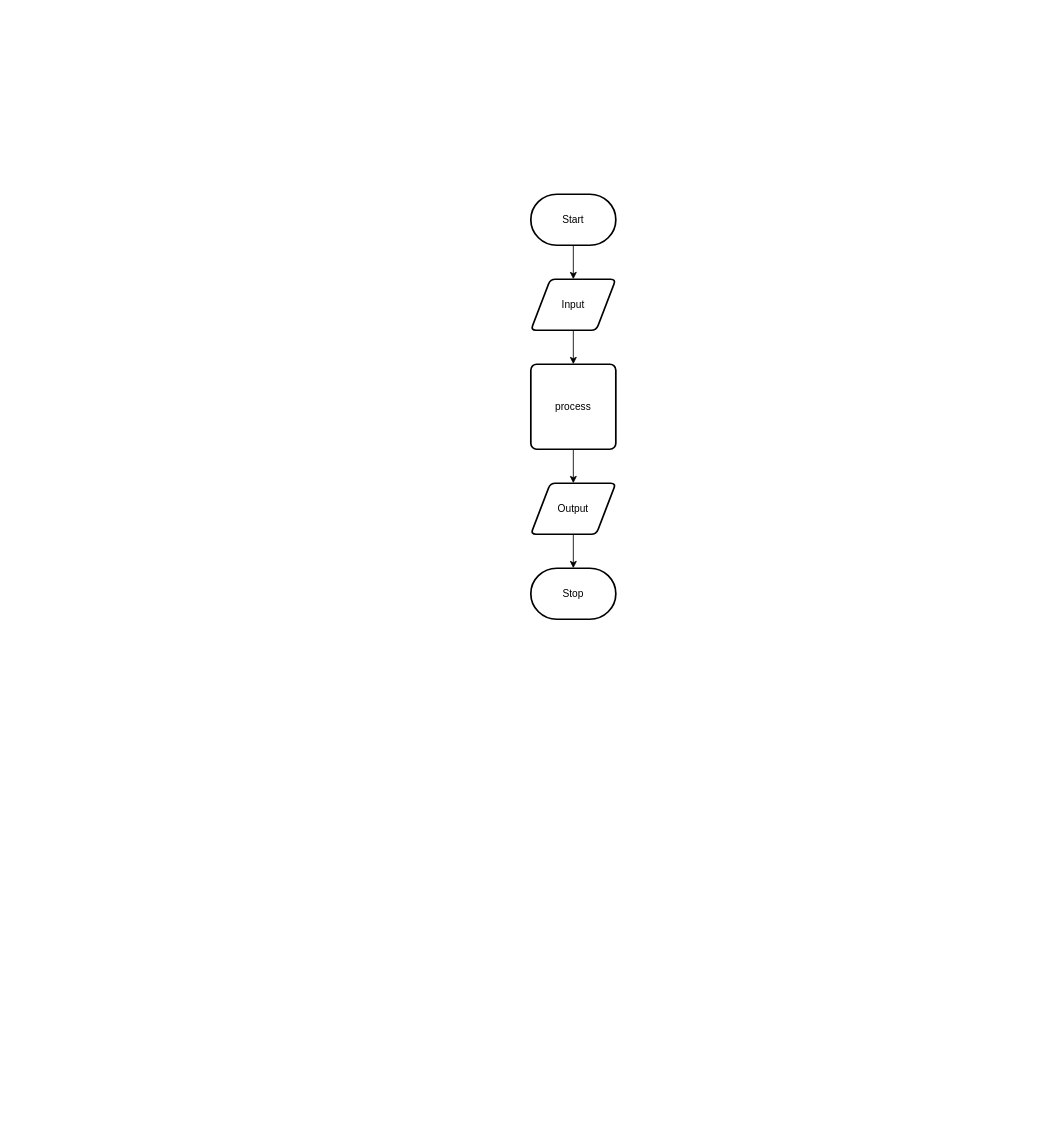
The draw.io diagram design/flow-chart.drawio in ashley-monaghan/ICS2OR-Assignment-4, before the edit. Source tidied: cells renumbered, new cells numbered last; positions are measured from the earlier drawing's top-left corner, leaving out a move shared by most shapes. Both pictures are drawn from the tidied source at 85%, with x=0, y=0 at pixel (530, 194).
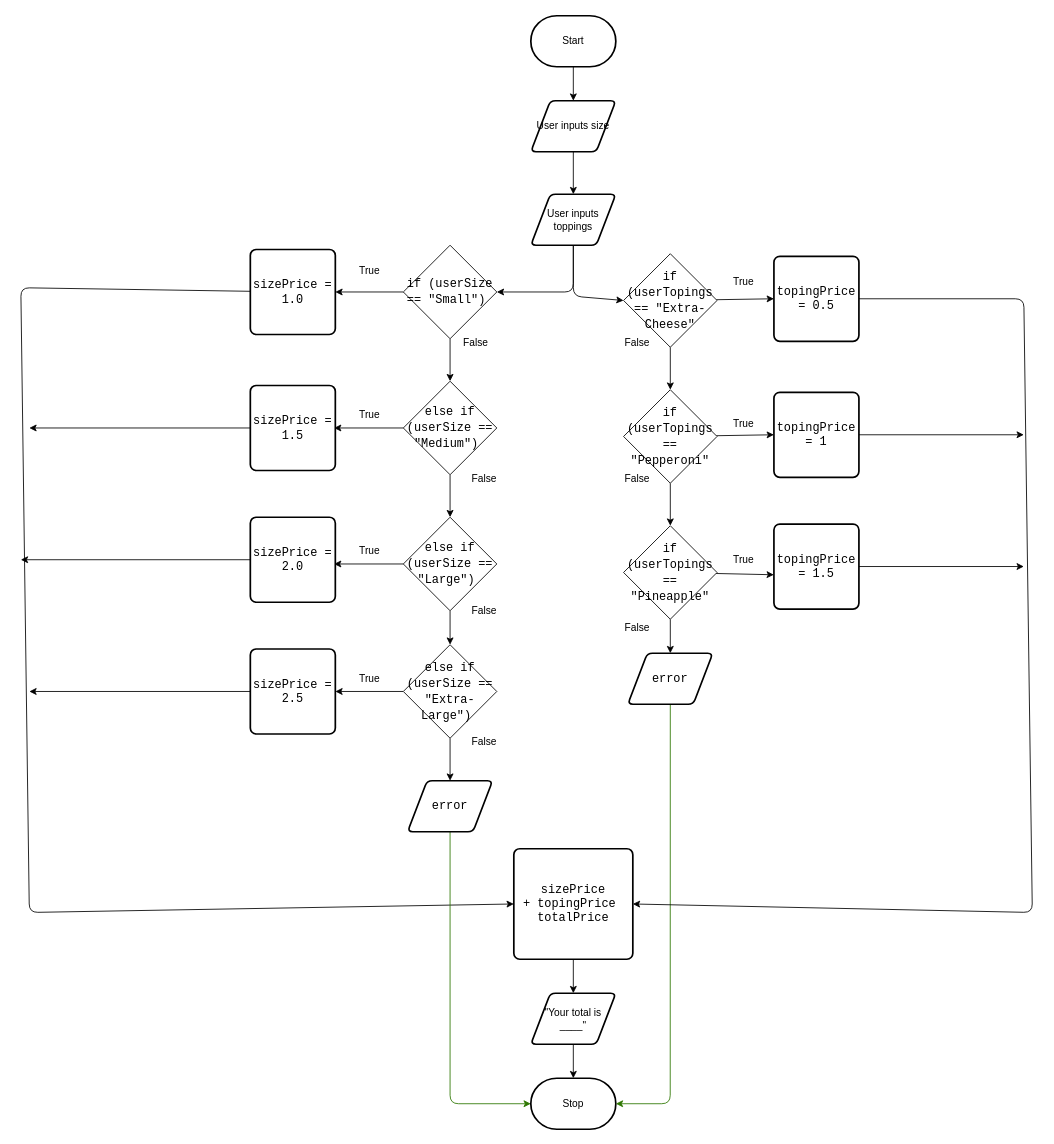
Above is the later version.

What changed in the source:
```diff
@@
-    <mxCell id="3" value="Start" style="strokeWidth=2;html=1;shape=mxgraph.flowchart.terminator;whiteSpace=wrap;" parent="1" vertex="1">
-      <mxGeometry width="100" height="60" as="geometry" />
+    <mxCell id="3" value="&lt;font color=&quot;#000000&quot;&gt;Start&lt;/font&gt;" style="strokeWidth=2;html=1;shape=mxgraph.flowchart.terminator;whiteSpace=wrap;" parent="1" vertex="1">
+      <mxGeometry y="-210" width="100" height="60" as="geometry" />
     </mxCell>
-    <mxCell id="4" style="edgeStyle=none;html=1;" parent="1" edge="1" source="5" target="7">
-      <mxGeometry relative="1" as="geometry" />
-    </mxCell>
+    <mxCell id="11" style="edgeStyle=none;html=1;entryX=0.5;entryY=0;entryDx=0;entryDy=0;" parent="1" edge="1" source="5" target="15">
+      <mxGeometry relative="1" as="geometry" />
+    </mxCell>
-    <mxCell id="5" value="Input" style="shape=parallelogram;html=1;strokeWidth=2;perimeter=parallelogramPerimeter;whiteSpace=wrap;rounded=1;arcSize=12;size=0.23;" parent="1" vertex="1">
-      <mxGeometry y="100" width="100" height="60" as="geometry" />
+    <mxCell id="5" value="&lt;font color=&quot;#000000&quot;&gt;User inputs size&lt;/font&gt;" style="shape=parallelogram;html=1;strokeWidth=2;perimeter=parallelogramPerimeter;whiteSpace=wrap;rounded=1;arcSize=12;size=0.23;" parent="1" vertex="1">
+      <mxGeometry y="-110" width="100" height="60" as="geometry" />
     </mxCell>
-    <mxCell id="6" style="edgeStyle=none;html=1;" parent="1" edge="1" source="7" target="9">
-      <mxGeometry relative="1" as="geometry" />
+    <mxCell id="6" style="edgeStyle=none;html=1;" parent="1" edge="1" target="9">
+      <mxGeometry relative="1" as="geometry">
+        <mxPoint x="50" y="900" as="sourcePoint" />
+      </mxGeometry>
     </mxCell>
+    <mxCell id="12" style="edgeStyle=none;html=1;entryX=0;entryY=0.5;entryDx=0;entryDy=0;" parent="1" edge="1" source="7" target="53">
+      <mxGeometry relative="1" as="geometry">
+        <Array as="points">
+          <mxPoint x="-600" y="110" />
+          <mxPoint x="-590" y="845" />
+        </Array>
+      </mxGeometry>
+    </mxCell>
-    <mxCell id="7" value="process" style="rounded=1;whiteSpace=wrap;html=1;absoluteArcSize=1;arcSize=14;strokeWidth=2;" parent="1" vertex="1">
-      <mxGeometry y="200" width="100" height="100" as="geometry" />
+    <mxCell id="7" value="&lt;span style=&quot;font-family: &amp;#34;consolas&amp;#34; , &amp;#34;courier new&amp;#34; , monospace ; font-size: 14px&quot;&gt;&lt;font color=&quot;#000000&quot;&gt;sizePrice = 1.0&lt;/font&gt;&lt;/span&gt;" style="rounded=1;whiteSpace=wrap;html=1;absoluteArcSize=1;arcSize=14;strokeWidth=2;" parent="1" vertex="1">
+      <mxGeometry x="-330" y="65" width="100" height="100" as="geometry" />
     </mxCell>
-    <mxCell id="8" style="edgeStyle=none;html=1;" parent="1" edge="1" source="9" target="10">
-      <mxGeometry relative="1" as="geometry" />
+    <mxCell id="8" style="edgeStyle=none;html=1;" parent="1" edge="1" source="9">
+      <mxGeometry relative="1" as="geometry">
+        <mxPoint x="50" y="1040" as="targetPoint" />
+      </mxGeometry>
     </mxCell>
-    <mxCell id="9" value="Output" style="shape=parallelogram;html=1;strokeWidth=2;perimeter=parallelogramPerimeter;whiteSpace=wrap;rounded=1;arcSize=12;size=0.23;" parent="1" vertex="1">
-      <mxGeometry y="340" width="100" height="60" as="geometry" />
+    <mxCell id="9" value="&lt;font color=&quot;#000000&quot;&gt;&quot;Your total is ____&quot;&lt;/font&gt;" style="shape=parallelogram;html=1;strokeWidth=2;perimeter=parallelogramPerimeter;whiteSpace=wrap;rounded=1;arcSize=12;size=0.23;" parent="1" vertex="1">
+      <mxGeometry y="940" width="100" height="60" as="geometry" />
     </mxCell>
-    <mxCell id="10" value="Stop" style="strokeWidth=2;html=1;shape=mxgraph.flowchart.terminator;whiteSpace=wrap;" parent="1" vertex="1">
-      <mxGeometry y="440" width="100" height="60" as="geometry" />
+    <mxCell id="10" value="&lt;font color=&quot;#000000&quot;&gt;Stop&lt;/font&gt;" style="strokeWidth=2;html=1;shape=mxgraph.flowchart.terminator;whiteSpace=wrap;" parent="1" vertex="1">
+      <mxGeometry y="1040" width="100" height="60" as="geometry" />
     </mxCell>
+    <mxCell id="13" style="edgeStyle=none;html=1;entryX=1;entryY=0.5;entryDx=0;entryDy=0;fontColor=#FFFFFF;" parent="1" edge="1" source="15" target="18">
+      <mxGeometry relative="1" as="geometry">
+        <Array as="points">
+          <mxPoint x="50" y="115" />
+        </Array>
+      </mxGeometry>
+    </mxCell>
+    <mxCell id="14" style="edgeStyle=none;html=1;entryX=0;entryY=0.5;entryDx=0;entryDy=0;fontColor=#FFFFFF;" parent="1" edge="1" source="15" target="38">
+      <mxGeometry relative="1" as="geometry">
+        <Array as="points">
+          <mxPoint x="50" y="120" />
+        </Array>
+      </mxGeometry>
+    </mxCell>
+    <mxCell id="15" value="&lt;font color=&quot;#000000&quot;&gt;User inputs toppings&lt;/font&gt;" style="shape=parallelogram;html=1;strokeWidth=2;perimeter=parallelogramPerimeter;whiteSpace=wrap;rounded=1;arcSize=12;size=0.23;" parent="1" vertex="1">
+      <mxGeometry width="100" height="60" as="geometry" />
+    </mxCell>
+    <mxCell id="16" style="edgeStyle=none;html=1;entryX=0.5;entryY=0;entryDx=0;entryDy=0;fontColor=#FFFFFF;" parent="1" edge="1" source="18" target="21">
+      <mxGeometry relative="1" as="geometry" />
+    </mxCell>
+    <mxCell id="17" style="edgeStyle=none;html=1;fontColor=#FFFFFF;" parent="1" edge="1" source="18" target="7">
+      <mxGeometry relative="1" as="geometry" />
+    </mxCell>
+    <mxCell id="18" value="&lt;div style=&quot;font-family: &amp;#34;consolas&amp;#34; , &amp;#34;courier new&amp;#34; , monospace ; font-size: 14px ; line-height: 19px&quot;&gt;&lt;font color=&quot;#000000&quot;&gt;if (userSize == &quot;Small&quot;)&amp;nbsp;&lt;/font&gt;&lt;/div&gt;" style="rhombus;whiteSpace=wrap;html=1;" parent="1" vertex="1">
+      <mxGeometry x="-150" y="60" width="110" height="110" as="geometry" />
+    </mxCell>
+    <mxCell id="19" style="edgeStyle=none;html=1;entryX=1;entryY=0.5;entryDx=0;entryDy=0;fontColor=#FFFFFF;" parent="1" edge="1" source="21">
+      <mxGeometry relative="1" as="geometry">
+        <mxPoint x="-231.5" y="275" as="targetPoint" />
+      </mxGeometry>
+    </mxCell>
+    <mxCell id="20" style="edgeStyle=none;html=1;entryX=0.5;entryY=0;entryDx=0;entryDy=0;fontColor=#FFFFFF;" parent="1" edge="1" source="21" target="24">
+      <mxGeometry relative="1" as="geometry" />
+    </mxCell>
+    <mxCell id="21" value="&lt;div style=&quot;font-family: &amp;#34;consolas&amp;#34; , &amp;#34;courier new&amp;#34; , monospace ; font-size: 14px ; line-height: 19px&quot;&gt;&lt;font color=&quot;#000000&quot;&gt;else if (userSize == &quot;Medium&quot;)&amp;nbsp;&lt;/font&gt;&lt;/div&gt;" style="rhombus;whiteSpace=wrap;html=1;" parent="1" vertex="1">
+      <mxGeometry x="-150" y="220" width="110" height="110" as="geometry" />
+    </mxCell>
+    <mxCell id="22" style="edgeStyle=none;html=1;fontColor=#FFFFFF;" parent="1" edge="1" source="24">
+      <mxGeometry relative="1" as="geometry">
+        <mxPoint x="-231.5" y="435" as="targetPoint" />
+      </mxGeometry>
+    </mxCell>
+    <mxCell id="23" style="edgeStyle=none;html=1;entryX=0.5;entryY=0;entryDx=0;entryDy=0;fontColor=#FFFFFF;" parent="1" edge="1" source="24" target="27">
+      <mxGeometry relative="1" as="geometry" />
+    </mxCell>
+    <mxCell id="24" value="&lt;div style=&quot;font-family: &amp;#34;consolas&amp;#34; , &amp;#34;courier new&amp;#34; , monospace ; font-size: 14px ; line-height: 19px&quot;&gt;&lt;font color=&quot;#000000&quot;&gt;else if (userSize == &quot;Large&quot;)&amp;nbsp;&lt;/font&gt;&lt;/div&gt;" style="rhombus;whiteSpace=wrap;html=1;" parent="1" vertex="1">
+      <mxGeometry x="-150" y="380" width="110" height="110" as="geometry" />
+    </mxCell>
+    <mxCell id="25" style="edgeStyle=none;html=1;entryX=0.5;entryY=0;entryDx=0;entryDy=0;fontColor=#FFFFFF;" parent="1" edge="1" source="27" target="29">
+      <mxGeometry relative="1" as="geometry" />
+    </mxCell>
+    <mxCell id="26" style="edgeStyle=none;html=1;entryX=1;entryY=0.5;entryDx=0;entryDy=0;fontColor=#FFFFFF;" parent="1" edge="1" source="27" target="31">
+      <mxGeometry relative="1" as="geometry" />
+    </mxCell>
+    <mxCell id="27" value="&lt;div style=&quot;font-family: &amp;#34;consolas&amp;#34; , &amp;#34;courier new&amp;#34; , monospace ; font-size: 14px ; line-height: 19px&quot;&gt;&lt;font color=&quot;#000000&quot;&gt;else if (userSize == &quot;Extra-Large&quot;)&amp;nbsp;&lt;/font&gt;&lt;/div&gt;" style="rhombus;whiteSpace=wrap;html=1;" parent="1" vertex="1">
+      <mxGeometry x="-150" y="530" width="110" height="110" as="geometry" />
+    </mxCell>
+    <mxCell id="28" style="edgeStyle=none;html=1;entryX=0;entryY=0.5;entryDx=0;entryDy=0;fillColor=#60a917;strokeColor=#2D7600;entryPerimeter=0;" parent="1" edge="1" source="29" target="10">
+      <mxGeometry relative="1" as="geometry">
+        <Array as="points">
+          <mxPoint x="-95" y="1070" />
+        </Array>
+      </mxGeometry>
+    </mxCell>
+    <mxCell id="29" value="&lt;div style=&quot;font-family: &amp;#34;consolas&amp;#34; , &amp;#34;courier new&amp;#34; , monospace ; font-size: 14px ; line-height: 19px&quot;&gt;&lt;font color=&quot;#000000&quot;&gt;error&lt;/font&gt;&lt;/div&gt;" style="shape=parallelogram;html=1;strokeWidth=2;perimeter=parallelogramPerimeter;whiteSpace=wrap;rounded=1;arcSize=12;size=0.23;" parent="1" vertex="1">
+      <mxGeometry x="-145" y="690" width="100" height="60" as="geometry" />
+    </mxCell>
+    <mxCell id="30" style="edgeStyle=none;html=1;" parent="1" edge="1" source="31">
+      <mxGeometry relative="1" as="geometry">
+        <mxPoint x="-590" y="585" as="targetPoint" />
+      </mxGeometry>
+    </mxCell>
+    <mxCell id="31" value="&lt;span style=&quot;font-family: &amp;#34;consolas&amp;#34; , &amp;#34;courier new&amp;#34; , monospace ; font-size: 14px&quot;&gt;&lt;font color=&quot;#000000&quot;&gt;sizePrice = 2.5&lt;/font&gt;&lt;/span&gt;" style="rounded=1;whiteSpace=wrap;html=1;absoluteArcSize=1;arcSize=14;strokeWidth=2;" parent="1" vertex="1">
+      <mxGeometry x="-330" y="535" width="100" height="100" as="geometry" />
+    </mxCell>
+    <mxCell id="32" style="edgeStyle=none;html=1;" parent="1" edge="1" source="33">
+      <mxGeometry relative="1" as="geometry">
+        <mxPoint x="-600" y="430" as="targetPoint" />
+      </mxGeometry>
+    </mxCell>
+    <mxCell id="33" value="&lt;span style=&quot;font-family: &amp;#34;consolas&amp;#34; , &amp;#34;courier new&amp;#34; , monospace ; font-size: 14px&quot;&gt;&lt;font color=&quot;#000000&quot;&gt;sizePrice = 2.0&lt;/font&gt;&lt;/span&gt;" style="rounded=1;whiteSpace=wrap;html=1;absoluteArcSize=1;arcSize=14;strokeWidth=2;" parent="1" vertex="1">
+      <mxGeometry x="-330" y="380" width="100" height="100" as="geometry" />
+    </mxCell>
+    <mxCell id="34" style="edgeStyle=none;html=1;" parent="1" edge="1" source="35">
+      <mxGeometry relative="1" as="geometry">
+        <mxPoint x="-590" y="275" as="targetPoint" />
+      </mxGeometry>
+    </mxCell>
+    <mxCell id="35" value="&lt;span style=&quot;font-family: &amp;#34;consolas&amp;#34; , &amp;#34;courier new&amp;#34; , monospace ; font-size: 14px&quot;&gt;&lt;font color=&quot;#000000&quot;&gt;sizePrice = 1.5&lt;/font&gt;&lt;/span&gt;" style="rounded=1;whiteSpace=wrap;html=1;absoluteArcSize=1;arcSize=14;strokeWidth=2;" parent="1" vertex="1">
+      <mxGeometry x="-330" y="225" width="100" height="100" as="geometry" />
+    </mxCell>
+    <mxCell id="36" style="edgeStyle=none;html=1;entryX=0.5;entryY=0;entryDx=0;entryDy=0;fontColor=#FFFFFF;" parent="1" edge="1" source="38" target="41">
+      <mxGeometry relative="1" as="geometry" />
+    </mxCell>
+    <mxCell id="37" style="edgeStyle=none;html=1;entryX=0;entryY=0.5;entryDx=0;entryDy=0;fontColor=#FFFFFF;" parent="1" edge="1" source="38" target="48">
+      <mxGeometry relative="1" as="geometry" />
+    </mxCell>
+    <mxCell id="38" value="&lt;div style=&quot;font-family: &amp;#34;consolas&amp;#34; , &amp;#34;courier new&amp;#34; , monospace ; font-size: 14px ; line-height: 19px&quot;&gt;&lt;div style=&quot;font-family: &amp;#34;consolas&amp;#34; , &amp;#34;courier new&amp;#34; , monospace ; line-height: 19px&quot;&gt;&lt;font color=&quot;#000000&quot;&gt;if (userTopings == &quot;Extra-Cheese&quot;&lt;/font&gt;&lt;/div&gt;&lt;/div&gt;" style="rhombus;whiteSpace=wrap;html=1;" parent="1" vertex="1">
+      <mxGeometry x="109.1" y="70" width="110" height="110" as="geometry" />
+    </mxCell>
+    <mxCell id="39" style="edgeStyle=none;html=1;entryX=0.5;entryY=0;entryDx=0;entryDy=0;fontColor=#FFFFFF;" parent="1" edge="1" source="41" target="44">
+      <mxGeometry relative="1" as="geometry" />
+    </mxCell>
+    <mxCell id="40" style="edgeStyle=none;html=1;entryX=0;entryY=0.5;entryDx=0;entryDy=0;fontColor=#FFFFFF;" parent="1" edge="1" source="41" target="52">
+      <mxGeometry relative="1" as="geometry" />
+    </mxCell>
+    <mxCell id="41" value="&lt;div style=&quot;font-family: &amp;#34;consolas&amp;#34; , &amp;#34;courier new&amp;#34; , monospace ; font-size: 14px ; line-height: 19px&quot;&gt;&lt;font color=&quot;#000000&quot;&gt;if (userTopings == &quot;Pepperoni&quot;&lt;/font&gt;&lt;br&gt;&lt;/div&gt;" style="rhombus;whiteSpace=wrap;html=1;" parent="1" vertex="1">
+      <mxGeometry x="109.1" y="230" width="110" height="110" as="geometry" />
+    </mxCell>
+    <mxCell id="42" style="edgeStyle=none;html=1;entryX=0.5;entryY=0;entryDx=0;entryDy=0;fontColor=#FFFFFF;" parent="1" edge="1" source="44">
+      <mxGeometry relative="1" as="geometry">
+        <mxPoint x="164.1" y="540" as="targetPoint" />
+      </mxGeometry>
+    </mxCell>
+    <mxCell id="43" style="edgeStyle=none;html=1;entryX=-0.001;entryY=0.597;entryDx=0;entryDy=0;entryPerimeter=0;fontColor=#FFFFFF;" parent="1" edge="1" source="44" target="50">
+      <mxGeometry relative="1" as="geometry" />
+    </mxCell>
+    <mxCell id="44" value="&lt;div style=&quot;font-family: &amp;#34;consolas&amp;#34; , &amp;#34;courier new&amp;#34; , monospace ; font-size: 14px ; line-height: 19px&quot;&gt;&lt;font color=&quot;#000000&quot;&gt;if (userTopings == &quot;Pineapple&quot;&lt;/font&gt;&lt;br&gt;&lt;/div&gt;" style="rhombus;whiteSpace=wrap;html=1;" parent="1" vertex="1">
+      <mxGeometry x="109.1" y="390" width="110" height="110" as="geometry" />
+    </mxCell>
+    <mxCell id="45" style="edgeStyle=none;html=1;entryX=1;entryY=0.5;entryDx=0;entryDy=0;fillColor=#60a917;strokeColor=#2D7600;entryPerimeter=0;" parent="1" edge="1" source="46" target="10">
+      <mxGeometry relative="1" as="geometry">
+        <Array as="points">
+          <mxPoint x="164" y="1070" />
+        </Array>
+      </mxGeometry>
+    </mxCell>
+    <mxCell id="46" value="&lt;div style=&quot;font-family: &amp;#34;consolas&amp;#34; , &amp;#34;courier new&amp;#34; , monospace ; font-size: 14px ; line-height: 19px&quot;&gt;&lt;font color=&quot;#000000&quot;&gt;error&lt;/font&gt;&lt;/div&gt;" style="shape=parallelogram;html=1;strokeWidth=2;perimeter=parallelogramPerimeter;whiteSpace=wrap;rounded=1;arcSize=12;size=0.23;" parent="1" vertex="1">
+      <mxGeometry x="114.1" y="540" width="100" height="60" as="geometry" />
+    </mxCell>
+    <mxCell id="47" style="edgeStyle=none;html=1;entryX=1;entryY=0.5;entryDx=0;entryDy=0;" parent="1" edge="1" source="48" target="53">
+      <mxGeometry relative="1" as="geometry">
+        <Array as="points">
+          <mxPoint x="580" y="123" />
+          <mxPoint x="590" y="845" />
+        </Array>
+      </mxGeometry>
+    </mxCell>
+    <mxCell id="48" value="&lt;span style=&quot;font-family: &amp;#34;consolas&amp;#34; , &amp;#34;courier new&amp;#34; , monospace ; font-size: 14px&quot;&gt;&lt;font color=&quot;#000000&quot;&gt;topingPrice = 0.5&lt;/font&gt;&lt;/span&gt;" style="rounded=1;whiteSpace=wrap;html=1;absoluteArcSize=1;arcSize=14;strokeWidth=2;" parent="1" vertex="1">
+      <mxGeometry x="286" y="73" width="100" height="100" as="geometry" />
+    </mxCell>
+    <mxCell id="49" style="edgeStyle=none;html=1;" parent="1" edge="1" source="50">
+      <mxGeometry relative="1" as="geometry">
+        <mxPoint x="580" y="438" as="targetPoint" />
+      </mxGeometry>
+    </mxCell>
+    <mxCell id="50" value="&lt;span style=&quot;font-family: &amp;#34;consolas&amp;#34; , &amp;#34;courier new&amp;#34; , monospace ; font-size: 14px&quot;&gt;&lt;font color=&quot;#000000&quot;&gt;topingPrice = 1.5&lt;/font&gt;&lt;/span&gt;" style="rounded=1;whiteSpace=wrap;html=1;absoluteArcSize=1;arcSize=14;strokeWidth=2;" parent="1" vertex="1">
+      <mxGeometry x="286" y="388" width="100" height="100" as="geometry" />
+    </mxCell>
+    <mxCell id="51" style="edgeStyle=none;html=1;" parent="1" edge="1" source="52">
+      <mxGeometry relative="1" as="geometry">
+        <mxPoint x="580" y="283" as="targetPoint" />
+      </mxGeometry>
+    </mxCell>
+    <mxCell id="52" value="&lt;span style=&quot;font-family: &amp;#34;consolas&amp;#34; , &amp;#34;courier new&amp;#34; , monospace ; font-size: 14px&quot;&gt;&lt;font color=&quot;#000000&quot;&gt;topingPrice = 1&lt;/font&gt;&lt;/span&gt;" style="rounded=1;whiteSpace=wrap;html=1;absoluteArcSize=1;arcSize=14;strokeWidth=2;" parent="1" vertex="1">
+      <mxGeometry x="286" y="233" width="100" height="100" as="geometry" />
+    </mxCell>
+    <mxCell id="53" value="&lt;font color=&quot;#000000&quot;&gt;&lt;span style=&quot;font-family: &amp;#34;consolas&amp;#34; , &amp;#34;courier new&amp;#34; , monospace ; font-size: 14px&quot;&gt;sizePrice +&amp;nbsp;&lt;/span&gt;&lt;span style=&quot;font-family: &amp;#34;consolas&amp;#34; , &amp;#34;courier new&amp;#34; , monospace ; font-size: 14px&quot;&gt;topingPrice&amp;nbsp; totalPrice&lt;/span&gt;&lt;/font&gt;" style="rounded=1;whiteSpace=wrap;html=1;absoluteArcSize=1;arcSize=14;strokeWidth=2;" parent="1" vertex="1">
+      <mxGeometry x="-20" y="770" width="140" height="130" as="geometry" />
+    </mxCell>
+    <mxCell id="54" value="&lt;font color=&quot;#000000&quot;&gt;True&lt;/font&gt;" style="text;html=1;align=center;verticalAlign=middle;strokeColor=none;fillColor=none;" parent="1" vertex="1">
+      <mxGeometry x="-210" y="80" width="40" height="20" as="geometry" />
+    </mxCell>
+    <mxCell id="55" value="&lt;font color=&quot;#000000&quot;&gt;True&lt;/font&gt;" style="text;html=1;align=center;verticalAlign=middle;strokeColor=none;fillColor=none;" parent="1" vertex="1">
+      <mxGeometry x="-210" y="250" width="40" height="20" as="geometry" />
+    </mxCell>
+    <mxCell id="56" value="&lt;font color=&quot;#000000&quot;&gt;True&lt;/font&gt;" style="text;html=1;align=center;verticalAlign=middle;strokeColor=none;fillColor=none;" parent="1" vertex="1">
+      <mxGeometry x="-210" y="410" width="40" height="20" as="geometry" />
+    </mxCell>
+    <mxCell id="57" value="&lt;font color=&quot;#000000&quot;&gt;True&lt;/font&gt;" style="text;html=1;align=center;verticalAlign=middle;strokeColor=none;fillColor=none;" parent="1" vertex="1">
+      <mxGeometry x="-210" y="560" width="40" height="20" as="geometry" />
+    </mxCell>
+    <mxCell id="58" value="&lt;font color=&quot;#000000&quot;&gt;True&lt;/font&gt;" style="text;html=1;align=center;verticalAlign=middle;strokeColor=none;fillColor=none;" parent="1" vertex="1">
+      <mxGeometry x="230" y="420" width="40" height="20" as="geometry" />
+    </mxCell>
+    <mxCell id="59" value="True" style="text;html=1;align=center;verticalAlign=middle;strokeColor=none;fillColor=none;" parent="1" vertex="1">
+      <mxGeometry x="230" y="260" width="40" height="20" as="geometry" />
+    </mxCell>
+    <mxCell id="60" value="&lt;font color=&quot;#000000&quot;&gt;True&lt;/font&gt;" style="text;html=1;align=center;verticalAlign=middle;strokeColor=none;fillColor=none;" parent="1" vertex="1">
+      <mxGeometry x="230" y="93" width="40" height="20" as="geometry" />
+    </mxCell>
+    <mxCell id="61" value="&lt;font color=&quot;#000000&quot;&gt;False&lt;/font&gt;" style="text;html=1;align=center;verticalAlign=middle;strokeColor=none;fillColor=none;" parent="1" vertex="1">
+      <mxGeometry x="-90" y="165" width="50" height="20" as="geometry" />
+    </mxCell>
+    <mxCell id="62" value="&lt;font color=&quot;#000000&quot;&gt;False&lt;/font&gt;" style="text;html=1;align=center;verticalAlign=middle;strokeColor=none;fillColor=none;" parent="1" vertex="1">
+      <mxGeometry x="-80" y="325" width="50" height="20" as="geometry" />
+    </mxCell>
+    <mxCell id="63" value="&lt;font color=&quot;#000000&quot;&gt;False&lt;/font&gt;" style="text;html=1;align=center;verticalAlign=middle;strokeColor=none;fillColor=none;" parent="1" vertex="1">
+      <mxGeometry x="-80" y="480" width="50" height="20" as="geometry" />
+    </mxCell>
+    <mxCell id="64" value="&lt;font color=&quot;#000000&quot;&gt;False&lt;/font&gt;" style="text;html=1;align=center;verticalAlign=middle;strokeColor=none;fillColor=none;" parent="1" vertex="1">
+      <mxGeometry x="-80" y="635" width="50" height="20" as="geometry" />
+    </mxCell>
+    <mxCell id="65" value="&lt;font color=&quot;#000000&quot;&gt;False&lt;/font&gt;" style="text;html=1;align=center;verticalAlign=middle;strokeColor=none;fillColor=none;" parent="1" vertex="1">
+      <mxGeometry x="100" y="500" width="50" height="20" as="geometry" />
+    </mxCell>
+    <mxCell id="66" value="&lt;font color=&quot;#000000&quot;&gt;False&lt;/font&gt;" style="text;html=1;align=center;verticalAlign=middle;strokeColor=none;fillColor=none;" parent="1" vertex="1">
+      <mxGeometry x="100" y="325" width="50" height="20" as="geometry" />
+    </mxCell>
+    <mxCell id="67" value="&lt;font color=&quot;#000000&quot;&gt;False&lt;/font&gt;" style="text;html=1;align=center;verticalAlign=middle;strokeColor=none;fillColor=none;" parent="1" vertex="1">
+      <mxGeometry x="100" y="165" width="50" height="20" as="geometry" />
+    </mxCell>
```
